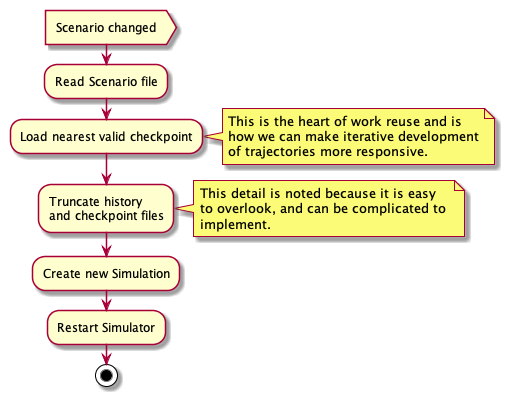
Above: docs/uml/png/startup.png in kghose/groho (PlantUML), before the change. Its diagram source:
```plantuml
@startuml startup

:Scenario changed>
:Read Scenario file;
:Load nearest valid checkpoint;
note right
  This is the heart of work reuse and is
  how we can make iterative development
  of trajectories more responsive.
end note

:Truncate history\nand checkpoint files;
note right
  This detail is noted because it is easy
  to overlook, and can be complicated to
  implement.
end note
:Create new Simulation;
:Restart Simulator;

stop

@enduml
```
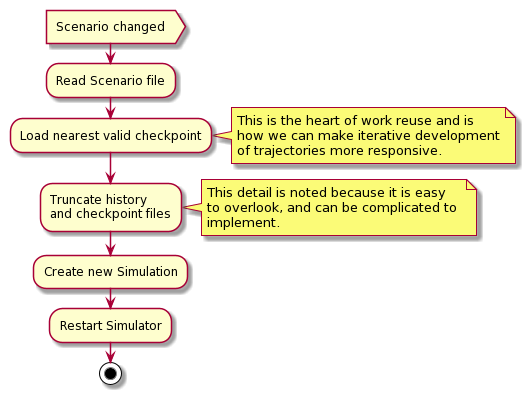
Above is the later version.

The edit, as a diff of the source:
```diff
@@ -1,5 +1,4 @@
-@startuml startup
-
+@startuml
 :Scenario changed>
 :Read Scenario file;
 :Load nearest valid checkpoint;
@@ -19,5 +18,4 @@
 :Restart Simulator;
 
 stop
-
 @enduml
```
